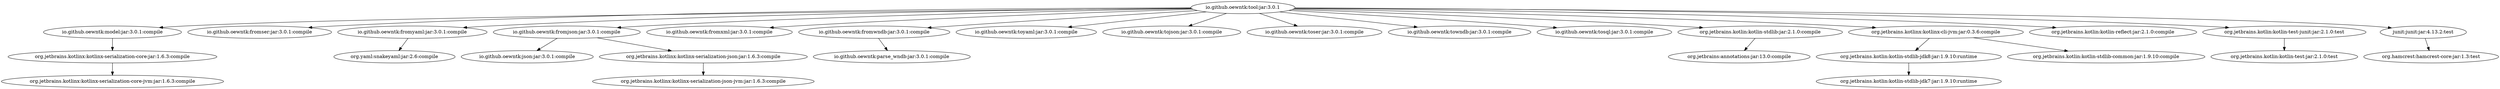
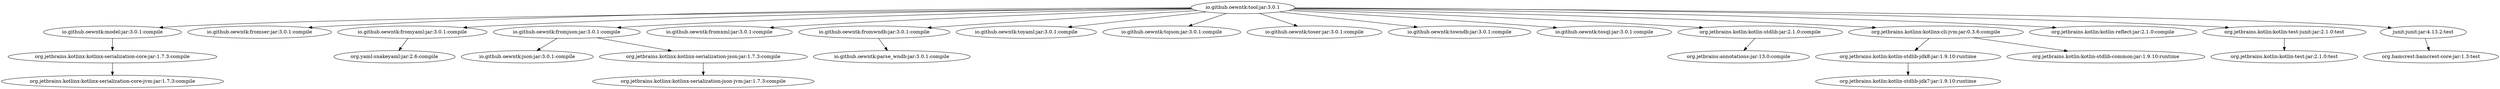
digraph "io.github.oewntk:tool:jar:3.0.1" {
	"io.github.oewntk:tool:jar:3.0.1" -> "io.github.oewntk:model:jar:3.0.1:compile" ;
	"io.github.oewntk:tool:jar:3.0.1" -> "io.github.oewntk:fromser:jar:3.0.1:compile" ;
	"io.github.oewntk:tool:jar:3.0.1" -> "io.github.oewntk:fromyaml:jar:3.0.1:compile" ;
	"io.github.oewntk:tool:jar:3.0.1" -> "io.github.oewntk:fromjson:jar:3.0.1:compile" ;
	"io.github.oewntk:tool:jar:3.0.1" -> "io.github.oewntk:fromxml:jar:3.0.1:compile" ;
	"io.github.oewntk:tool:jar:3.0.1" -> "io.github.oewntk:fromwndb:jar:3.0.1:compile" ;
	"io.github.oewntk:tool:jar:3.0.1" -> "io.github.oewntk:toyaml:jar:3.0.1:compile" ;
	"io.github.oewntk:tool:jar:3.0.1" -> "io.github.oewntk:tojson:jar:3.0.1:compile" ;
	"io.github.oewntk:tool:jar:3.0.1" -> "io.github.oewntk:toser:jar:3.0.1:compile" ;
	"io.github.oewntk:tool:jar:3.0.1" -> "io.github.oewntk:towndb:jar:3.0.1:compile" ;
	"io.github.oewntk:tool:jar:3.0.1" -> "io.github.oewntk:tosql:jar:3.0.1:compile" ;
	"io.github.oewntk:tool:jar:3.0.1" -> "org.jetbrains.kotlin:kotlin-stdlib:jar:2.1.0:compile" ;
	"io.github.oewntk:tool:jar:3.0.1" -> "org.jetbrains.kotlinx:kotlinx-cli-jvm:jar:0.3.6:compile" ;
	"io.github.oewntk:tool:jar:3.0.1" -> "org.jetbrains.kotlin:kotlin-reflect:jar:2.1.0:compile" ;
	"io.github.oewntk:tool:jar:3.0.1" -> "org.jetbrains.kotlin:kotlin-test-junit:jar:2.1.0:test" ;
	"io.github.oewntk:tool:jar:3.0.1" -> "junit:junit:jar:4.13.2:test" ;
- 	"io.github.oewntk:model:jar:3.0.1:compile" -> "org.jetbrains.kotlinx:kotlinx-serialization-core:jar:1.6.3:compile" ;
- 	"org.jetbrains.kotlinx:kotlinx-serialization-core:jar:1.6.3:compile" -> "org.jetbrains.kotlinx:kotlinx-serialization-core-jvm:jar:1.6.3:compile" ;
+ 	"io.github.oewntk:model:jar:3.0.1:compile" -> "org.jetbrains.kotlinx:kotlinx-serialization-core:jar:1.7.3:compile" ;
+ 	"org.jetbrains.kotlinx:kotlinx-serialization-core:jar:1.7.3:compile" -> "org.jetbrains.kotlinx:kotlinx-serialization-core-jvm:jar:1.7.3:compile" ;
	"io.github.oewntk:fromyaml:jar:3.0.1:compile" -> "org.yaml:snakeyaml:jar:2.6:compile" ;
	"io.github.oewntk:fromjson:jar:3.0.1:compile" -> "io.github.oewntk:json:jar:3.0.1:compile" ;
- 	"io.github.oewntk:fromjson:jar:3.0.1:compile" -> "org.jetbrains.kotlinx:kotlinx-serialization-json:jar:1.6.3:compile" ;
- 	"org.jetbrains.kotlinx:kotlinx-serialization-json:jar:1.6.3:compile" -> "org.jetbrains.kotlinx:kotlinx-serialization-json-jvm:jar:1.6.3:compile" ;
+ 	"io.github.oewntk:fromjson:jar:3.0.1:compile" -> "org.jetbrains.kotlinx:kotlinx-serialization-json:jar:1.7.3:compile" ;
+ 	"org.jetbrains.kotlinx:kotlinx-serialization-json:jar:1.7.3:compile" -> "org.jetbrains.kotlinx:kotlinx-serialization-json-jvm:jar:1.7.3:compile" ;
	"io.github.oewntk:fromwndb:jar:3.0.1:compile" -> "io.github.oewntk:parse_wndb:jar:3.0.1:compile" ;
	"org.jetbrains.kotlin:kotlin-stdlib:jar:2.1.0:compile" -> "org.jetbrains:annotations:jar:13.0:compile" ;
	"org.jetbrains.kotlinx:kotlinx-cli-jvm:jar:0.3.6:compile" -> "org.jetbrains.kotlin:kotlin-stdlib-jdk8:jar:1.9.10:runtime" ;
- 	"org.jetbrains.kotlinx:kotlinx-cli-jvm:jar:0.3.6:compile" -> "org.jetbrains.kotlin:kotlin-stdlib-common:jar:1.9.10:compile" ;
+ 	"org.jetbrains.kotlinx:kotlinx-cli-jvm:jar:0.3.6:compile" -> "org.jetbrains.kotlin:kotlin-stdlib-common:jar:1.9.10:runtime" ;
	"org.jetbrains.kotlin:kotlin-stdlib-jdk8:jar:1.9.10:runtime" -> "org.jetbrains.kotlin:kotlin-stdlib-jdk7:jar:1.9.10:runtime" ;
	"org.jetbrains.kotlin:kotlin-test-junit:jar:2.1.0:test" -> "org.jetbrains.kotlin:kotlin-test:jar:2.1.0:test" ;
	"junit:junit:jar:4.13.2:test" -> "org.hamcrest:hamcrest-core:jar:1.3:test" ;
 }